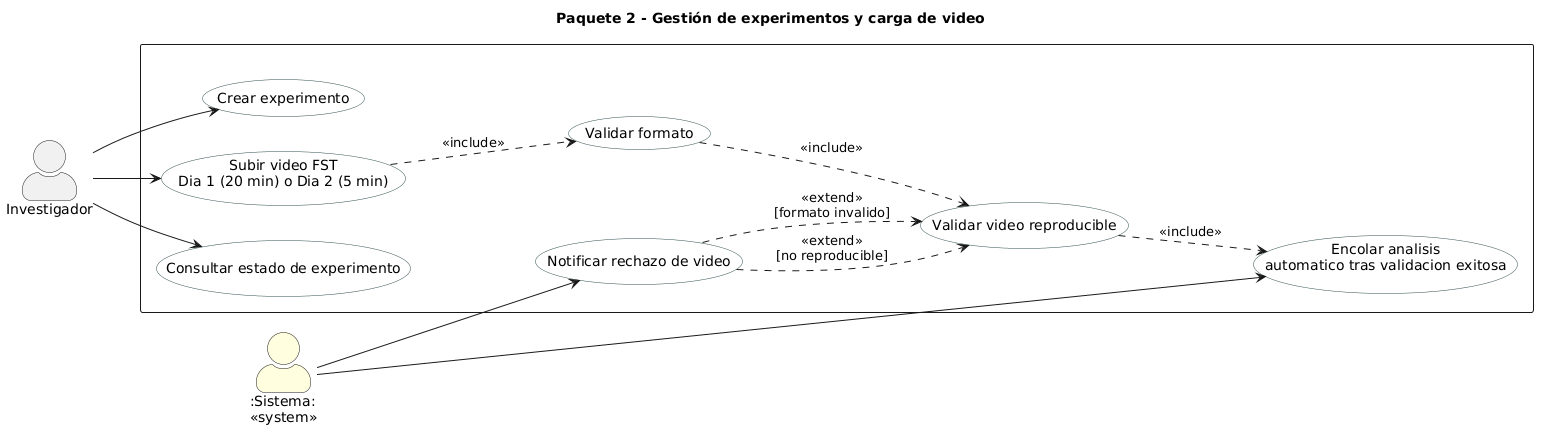
The PlantUML diagram figures/mermaid/cu_paquete2.png in ErickJester/fst-ai-system-latex, before a commit.
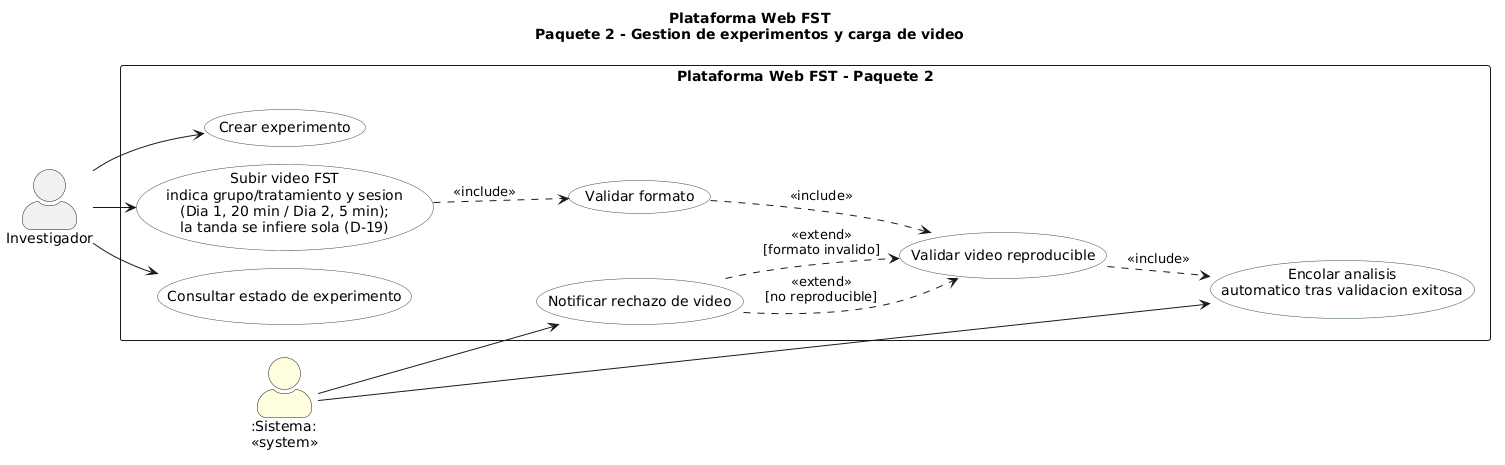
Above is the later version.

Change to the diagram source:
```diff
@@ -1,6 +1,6 @@
 @startuml
-Title Paquete 2 - Gestión de experimentos y carga de video
-
+!pragma layout smetana
+title Plataforma Web FST\nPaquete 2 - Gestion de experimentos y carga de video
 left to right direction
 skinparam packageStyle rectangle
 skinparam actorStyle awesome
@@ -8,30 +8,25 @@
   BackgroundColor White
   BorderColor DarkSlateGray
 }
-
 actor "Investigador" as INV
 actor ":Sistema:\n<<system>>" as SYS #LightYellow
-
-rectangle " " {
+rectangle "Plataforma Web FST - Paquete 2" {
   usecase "Crear experimento" as UC21
-  usecase "Subir video FST\nDia 1 (20 min) o Dia 2 (5 min)" as UC22
+  usecase "Subir video FST\nindica grupo/tratamiento y sesion\n(Dia 1, 20 min / Dia 2, 5 min);\nla tanda se infiere sola (D-19)" as UC22
   usecase "Validar formato" as UC23
   usecase "Validar video reproducible" as UC24
   usecase "Encolar analisis\nautomatico tras validacion exitosa" as UC25
   usecase "Notificar rechazo de video" as UC26
   usecase "Consultar estado de experimento" as UC27
 }
-
 INV --> UC21
 INV --> UC22
 INV --> UC27
 SYS --> UC25
 SYS --> UC26
-
 UC22 ..> UC23 : <<include>>
 UC23 ..> UC24 : <<include>>
 UC24 ..> UC25 : <<include>>
-
 UC26 ..> UC24 : <<extend>>\n[no reproducible]
 UC26 ..> UC24 : <<extend>>\n[formato invalido]
 @enduml
```
